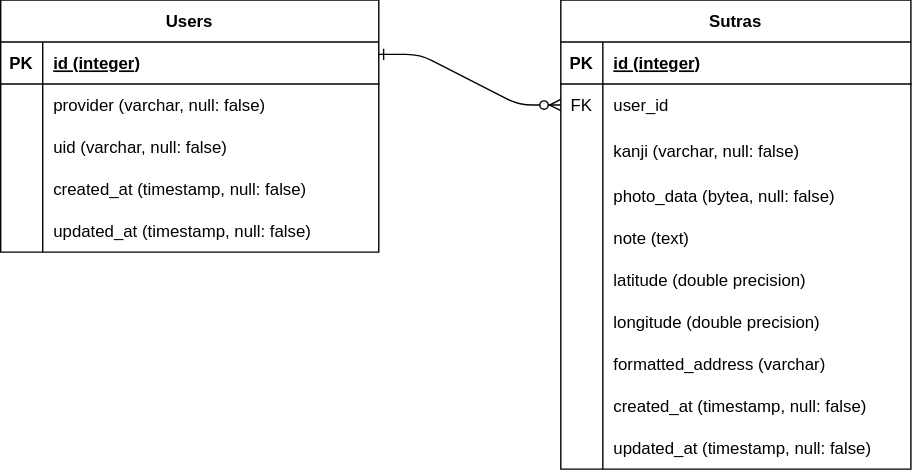
Before: outdoor-heart-sutra.drawio.svg, a diagram exported from draw.io (shirotamaki/entity-relationship-diagram). Source tidied: cells renumbered, new cells last; positions are measured from the earlier drawing's top-left corner, leaving out a move shared by most shapes.
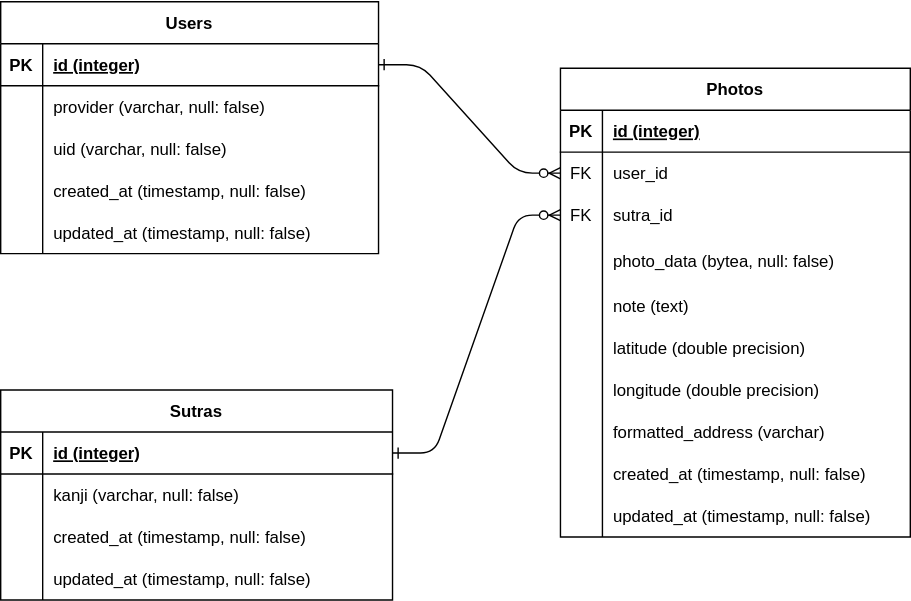
After the commit.

Commit message:
outdoor-heart-sutra.drawio.svg を追加しました。

The edit, as a diff of the source:
```diff
@@ -2,8 +2,8 @@
   <root>
     <mxCell id="0" />
     <mxCell id="1" parent="0" />
-    <mxCell id="2" value="Sutras" style="shape=table;startSize=30;rowLines=0;fontStyle=1;align=center;" parent="1" vertex="1">
-      <mxGeometry x="400" y="0.5" width="250" height="335" as="geometry" />
+    <mxCell id="2" value="Photos" style="shape=table;startSize=30;rowLines=0;fontStyle=1;align=center;" parent="1" vertex="1">
+      <mxGeometry x="400" y="48" width="250" height="335" as="geometry" />
     </mxCell>
     <mxCell id="3" style="shape=partialRectangle;fillColor=none;top=0;left=0;right=0;bottom=1;" parent="2" vertex="1">
       <mxGeometry y="30" width="250" height="30" as="geometry" />
@@ -23,78 +23,78 @@
     <mxCell id="8" value="user_id" style="shape=partialRectangle;overflow=hidden;fillColor=none;top=0;left=0;bottom=0;right=0;align=left;spacingLeft=6;" parent="6" vertex="1">
       <mxGeometry x="30" width="220" height="30" as="geometry" />
     </mxCell>
+    <mxCell id="50" style="shape=partialRectangle;fillColor=none;points=[[0,0.5],[1,0.5]];portConstraint=eastwest;top=0;left=0;right=0;bottom=0;" parent="2" vertex="1">
+      <mxGeometry y="90" width="250" height="30" as="geometry" />
+    </mxCell>
+    <mxCell id="51" value="FK" style="shape=partialRectangle;overflow=hidden;fillColor=none;top=0;left=0;bottom=0;right=0;" parent="50" vertex="1">
+      <mxGeometry width="30" height="30" as="geometry" />
+    </mxCell>
+    <mxCell id="52" value="sutra_id" style="shape=partialRectangle;overflow=hidden;fillColor=none;top=0;left=0;bottom=0;right=0;align=left;spacingLeft=6;" parent="50" vertex="1">
+      <mxGeometry x="30" width="220" height="30" as="geometry" />
+    </mxCell>
     <mxCell id="9" style="shape=partialRectangle;fillColor=none;top=0;left=0;right=0;bottom=0;" parent="2" vertex="1">
-      <mxGeometry y="90" width="250" height="35" as="geometry" />
+      <mxGeometry y="120" width="250" height="35" as="geometry" />
     </mxCell>
     <mxCell id="10" style="shape=partialRectangle;overflow=hidden;fillColor=none;top=0;left=0;bottom=0;right=0;" parent="9" vertex="1">
       <mxGeometry width="30" height="35" as="geometry" />
     </mxCell>
-    <mxCell id="11" value="kanji (varchar, null: false)" style="shape=partialRectangle;overflow=hidden;fillColor=none;top=0;left=0;bottom=0;right=0;align=left;spacingLeft=6;" parent="9" vertex="1">
+    <mxCell id="11" value="photo_data (bytea, null: false)" style="shape=partialRectangle;overflow=hidden;fillColor=none;top=0;left=0;bottom=0;right=0;align=left;spacingLeft=6;" parent="9" vertex="1">
       <mxGeometry x="30" width="220" height="35" as="geometry" />
     </mxCell>
     <mxCell id="12" style="shape=partialRectangle;fillColor=none;top=0;left=0;right=0;bottom=0;" parent="2" vertex="1">
-      <mxGeometry y="125" width="250" height="30" as="geometry" />
+      <mxGeometry y="155" width="250" height="30" as="geometry" />
     </mxCell>
     <mxCell id="13" style="shape=partialRectangle;overflow=hidden;fillColor=none;top=0;left=0;bottom=0;right=0;" parent="12" vertex="1">
       <mxGeometry width="30" height="30" as="geometry" />
     </mxCell>
-    <mxCell id="14" value="photo_data (bytea, null: false)" style="shape=partialRectangle;overflow=hidden;fillColor=none;top=0;left=0;bottom=0;right=0;align=left;spacingLeft=6;" parent="12" vertex="1">
+    <mxCell id="14" value="note (text)" style="shape=partialRectangle;overflow=hidden;fillColor=none;top=0;left=0;bottom=0;right=0;align=left;spacingLeft=6;" parent="12" vertex="1">
       <mxGeometry x="30" width="220" height="30" as="geometry" />
     </mxCell>
     <mxCell id="15" style="shape=partialRectangle;fillColor=none;top=0;left=0;right=0;bottom=0;" parent="2" vertex="1">
-      <mxGeometry y="155" width="250" height="30" as="geometry" />
+      <mxGeometry y="185" width="250" height="30" as="geometry" />
     </mxCell>
     <mxCell id="16" style="shape=partialRectangle;overflow=hidden;fillColor=none;top=0;left=0;bottom=0;right=0;" parent="15" vertex="1">
       <mxGeometry width="30" height="30" as="geometry" />
     </mxCell>
-    <mxCell id="17" value="note (text)" style="shape=partialRectangle;overflow=hidden;fillColor=none;top=0;left=0;bottom=0;right=0;align=left;spacingLeft=6;" parent="15" vertex="1">
+    <mxCell id="17" value="latitude (double precision)" style="shape=partialRectangle;overflow=hidden;fillColor=none;top=0;left=0;bottom=0;right=0;align=left;spacingLeft=6;" parent="15" vertex="1">
       <mxGeometry x="30" width="220" height="30" as="geometry" />
     </mxCell>
     <mxCell id="18" style="shape=partialRectangle;fillColor=none;top=0;left=0;right=0;bottom=0;" parent="2" vertex="1">
-      <mxGeometry y="185" width="250" height="30" as="geometry" />
+      <mxGeometry y="215" width="250" height="30" as="geometry" />
     </mxCell>
     <mxCell id="19" style="shape=partialRectangle;overflow=hidden;fillColor=none;top=0;left=0;bottom=0;right=0;" parent="18" vertex="1">
       <mxGeometry width="30" height="30" as="geometry" />
     </mxCell>
-    <mxCell id="20" value="latitude (double precision)" style="shape=partialRectangle;overflow=hidden;fillColor=none;top=0;left=0;bottom=0;right=0;align=left;spacingLeft=6;" parent="18" vertex="1">
+    <mxCell id="20" value="longitude (double precision)" style="shape=partialRectangle;overflow=hidden;fillColor=none;top=0;left=0;bottom=0;right=0;align=left;spacingLeft=6;" parent="18" vertex="1">
       <mxGeometry x="30" width="220" height="30" as="geometry" />
     </mxCell>
     <mxCell id="21" style="shape=partialRectangle;fillColor=none;top=0;left=0;right=0;bottom=0;" parent="2" vertex="1">
-      <mxGeometry y="215" width="250" height="30" as="geometry" />
+      <mxGeometry y="245" width="250" height="30" as="geometry" />
     </mxCell>
     <mxCell id="22" style="shape=partialRectangle;overflow=hidden;fillColor=none;top=0;left=0;bottom=0;right=0;" parent="21" vertex="1">
       <mxGeometry width="30" height="30" as="geometry" />
     </mxCell>
-    <mxCell id="23" value="longitude (double precision)" style="shape=partialRectangle;overflow=hidden;fillColor=none;top=0;left=0;bottom=0;right=0;align=left;spacingLeft=6;" parent="21" vertex="1">
+    <mxCell id="23" value="formatted_address (varchar)" style="shape=partialRectangle;overflow=hidden;fillColor=none;top=0;left=0;bottom=0;right=0;align=left;spacingLeft=6;" parent="21" vertex="1">
       <mxGeometry x="30" width="220" height="30" as="geometry" />
     </mxCell>
     <mxCell id="24" style="shape=partialRectangle;fillColor=none;top=0;left=0;right=0;bottom=0;" parent="2" vertex="1">
-      <mxGeometry y="245" width="250" height="30" as="geometry" />
+      <mxGeometry y="275" width="250" height="30" as="geometry" />
     </mxCell>
     <mxCell id="25" style="shape=partialRectangle;overflow=hidden;fillColor=none;top=0;left=0;bottom=0;right=0;" parent="24" vertex="1">
       <mxGeometry width="30" height="30" as="geometry" />
     </mxCell>
-    <mxCell id="26" value="formatted_address (varchar)" style="shape=partialRectangle;overflow=hidden;fillColor=none;top=0;left=0;bottom=0;right=0;align=left;spacingLeft=6;" parent="24" vertex="1">
+    <mxCell id="26" value="created_at (timestamp, null: false)" style="shape=partialRectangle;overflow=hidden;fillColor=none;top=0;left=0;bottom=0;right=0;align=left;spacingLeft=6;" parent="24" vertex="1">
       <mxGeometry x="30" width="220" height="30" as="geometry" />
     </mxCell>
     <mxCell id="27" style="shape=partialRectangle;fillColor=none;top=0;left=0;right=0;bottom=0;" parent="2" vertex="1">
-      <mxGeometry y="275" width="250" height="30" as="geometry" />
+      <mxGeometry y="305" width="250" height="30" as="geometry" />
     </mxCell>
     <mxCell id="28" style="shape=partialRectangle;overflow=hidden;fillColor=none;top=0;left=0;bottom=0;right=0;" parent="27" vertex="1">
       <mxGeometry width="30" height="30" as="geometry" />
     </mxCell>
-    <mxCell id="29" value="created_at (timestamp, null: false)" style="shape=partialRectangle;overflow=hidden;fillColor=none;top=0;left=0;bottom=0;right=0;align=left;spacingLeft=6;" parent="27" vertex="1">
+    <mxCell id="29" value="updated_at (timestamp, null: false)" style="shape=partialRectangle;overflow=hidden;fillColor=none;top=0;left=0;bottom=0;right=0;align=left;spacingLeft=6;" parent="27" vertex="1">
       <mxGeometry x="30" width="220" height="30" as="geometry" />
     </mxCell>
-    <mxCell id="30" style="shape=partialRectangle;fillColor=none;top=0;left=0;right=0;bottom=0;" parent="2" vertex="1">
-      <mxGeometry y="305" width="250" height="30" as="geometry" />
-    </mxCell>
-    <mxCell id="31" style="shape=partialRectangle;overflow=hidden;fillColor=none;top=0;left=0;bottom=0;right=0;" parent="30" vertex="1">
-      <mxGeometry width="30" height="30" as="geometry" />
-    </mxCell>
-    <mxCell id="32" value="updated_at (timestamp, null: false)" style="shape=partialRectangle;overflow=hidden;fillColor=none;top=0;left=0;bottom=0;right=0;align=left;spacingLeft=6;" parent="30" vertex="1">
-      <mxGeometry x="30" width="220" height="30" as="geometry" />
-    </mxCell>
     <mxCell id="33" value="Users" style="shape=table;startSize=30;rowLines=0;fontStyle=1;align=center;" parent="1" vertex="1">
       <mxGeometry y="0.5" width="270" height="180" as="geometry" />
     </mxCell>
@@ -143,8 +143,50 @@
     <mxCell id="48" value="updated_at (timestamp, null: false)" style="shape=partialRectangle;overflow=hidden;fillColor=none;top=0;left=0;bottom=0;right=0;align=left;spacingLeft=6;" parent="46" vertex="1">
       <mxGeometry x="30" width="240" height="30" as="geometry" />
     </mxCell>
+    <mxCell id="53" value="Sutras" style="shape=table;startSize=30;rowLines=0;fontStyle=1;align=center;" parent="1" vertex="1">
+      <mxGeometry y="278" width="280" height="150" as="geometry" />
+    </mxCell>
+    <mxCell id="54" style="shape=partialRectangle;fillColor=none;points=[[0,0.5],[1,0.5]];portConstraint=eastwest;top=0;left=0;right=0;bottom=1;" parent="53" vertex="1">
+      <mxGeometry y="30" width="280" height="30" as="geometry" />
+    </mxCell>
+    <mxCell id="55" value="PK" style="shape=partialRectangle;overflow=hidden;fillColor=none;top=0;left=0;bottom=0;right=0;fontStyle=1;" parent="54" vertex="1">
+      <mxGeometry width="30" height="30" as="geometry" />
+    </mxCell>
+    <mxCell id="56" value="id (integer)" style="shape=partialRectangle;overflow=hidden;fillColor=none;top=0;left=0;bottom=0;right=0;align=left;spacingLeft=6;fontStyle=5;" parent="54" vertex="1">
+      <mxGeometry x="30" width="250" height="30" as="geometry" />
+    </mxCell>
+    <mxCell id="57" style="shape=partialRectangle;fillColor=none;top=0;left=0;right=0;bottom=0;" parent="53" vertex="1">
+      <mxGeometry y="60" width="280" height="30" as="geometry" />
+    </mxCell>
+    <mxCell id="58" style="shape=partialRectangle;overflow=hidden;fillColor=none;top=0;left=0;bottom=0;right=0;" parent="57" vertex="1">
+      <mxGeometry width="30" height="30" as="geometry" />
+    </mxCell>
+    <mxCell id="59" value="kanji (varchar, null: false)" style="shape=partialRectangle;overflow=hidden;fillColor=none;top=0;left=0;bottom=0;right=0;align=left;spacingLeft=6;" parent="57" vertex="1">
+      <mxGeometry x="30" width="250" height="30" as="geometry" />
+    </mxCell>
+    <mxCell id="60" style="shape=partialRectangle;fillColor=none;top=0;left=0;right=0;bottom=0;" parent="53" vertex="1">
+      <mxGeometry y="90" width="280" height="30" as="geometry" />
+    </mxCell>
+    <mxCell id="61" style="shape=partialRectangle;overflow=hidden;fillColor=none;top=0;left=0;bottom=0;right=0;" parent="60" vertex="1">
+      <mxGeometry width="30" height="30" as="geometry" />
+    </mxCell>
+    <mxCell id="62" value="created_at (timestamp, null: false)" style="shape=partialRectangle;overflow=hidden;fillColor=none;top=0;left=0;bottom=0;right=0;align=left;spacingLeft=6;" parent="60" vertex="1">
+      <mxGeometry x="30" width="250" height="30" as="geometry" />
+    </mxCell>
+    <mxCell id="63" style="shape=partialRectangle;fillColor=none;top=0;left=0;right=0;bottom=0;" parent="53" vertex="1">
+      <mxGeometry y="120" width="280" height="30" as="geometry" />
+    </mxCell>
+    <mxCell id="64" style="shape=partialRectangle;overflow=hidden;fillColor=none;top=0;left=0;bottom=0;right=0;" parent="63" vertex="1">
+      <mxGeometry width="30" height="30" as="geometry" />
+    </mxCell>
+    <mxCell id="32" value="updated_at (timestamp, null: false)" style="shape=partialRectangle;overflow=hidden;fillColor=none;top=0;left=0;bottom=0;right=0;align=left;spacingLeft=6;" parent="63" vertex="1">
+      <mxGeometry x="30" width="250" height="30" as="geometry" />
+    </mxCell>
-    <mxCell id="49" style="edgeStyle=entityRelationEdgeStyle;endArrow=ERzeroToMany;startArrow=ERone;endFill=1;startFill=0;exitX=0.998;exitY=0.293;exitDx=0;exitDy=0;entryX=0;entryY=0.5;entryDx=0;entryDy=0;exitPerimeter=0;" parent="1" edge="1" source="34" target="6">
+    <mxCell id="49" style="edgeStyle=entityRelationEdgeStyle;endArrow=ERzeroToMany;startArrow=ERone;endFill=1;startFill=0;exitX=1;exitY=0.5;exitDx=0;exitDy=0;entryX=0;entryY=0.5;entryDx=0;entryDy=0;" parent="1" edge="1" source="34" target="6">
       <mxGeometry relative="1" as="geometry" />
     </mxCell>
+    <mxCell id="65" style="edgeStyle=entityRelationEdgeStyle;endArrow=ERzeroToMany;startArrow=ERone;endFill=1;startFill=0;exitX=1;exitY=0.5;exitDx=0;exitDy=0;entryX=0;entryY=0.5;entryDx=0;entryDy=0;" parent="1" edge="1" source="54" target="50">
+      <mxGeometry relative="1" as="geometry" />
+    </mxCell>
   </root>
 </mxGraphModel>
```
